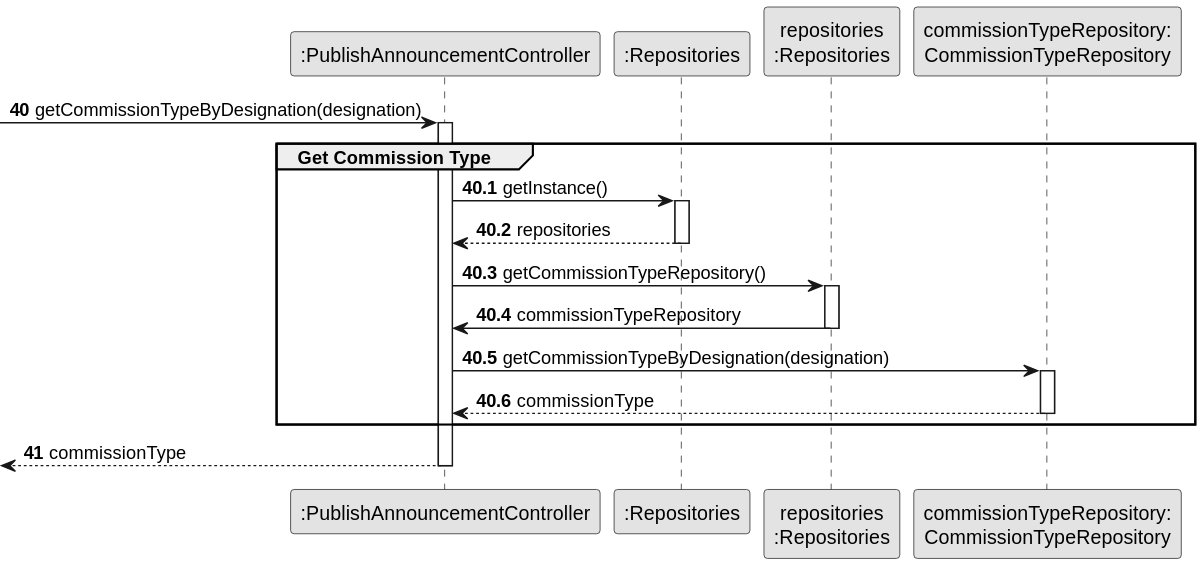
Earlier version of the PlantUML export docs/sprintD/us002/03.design/svg/us002-sequence-diagram-partial-get-commission-type.svg (rita-barbosa/LAPR2-2223). The source it was exported from:
```plantuml
@startuml
skinparam monochrome true
skinparam packageStyle rectangle
skinparam shadowing false

participant ":PublishAnnouncementController" as CTRL
participant ":Repositories" as RepositorySingleton
participant "repositories\n:Repositories" as PLAT
participant "commissionTypeRepository:\nCommissionTypeRepository" as CommissionTypeRepository

autonumber 40
-> CTRL : getCommissionTypeByDesignation(designation)

autonumber 40.1

activate CTRL
    group Get Commission Type
        CTRL -> RepositorySingleton : getInstance()
        activate RepositorySingleton

            RepositorySingleton --> CTRL: repositories
        deactivate RepositorySingleton

        CTRL -> PLAT : getCommissionTypeRepository()
        activate PLAT

            PLAT -> CTRL : commissionTypeRepository
        deactivate PLAT

        CTRL -> CommissionTypeRepository : getCommissionTypeByDesignation(designation)
        activate CommissionTypeRepository

            CommissionTypeRepository --> CTRL : commissionType
        deactivate CommissionTypeRepository

    end group

    autonumber 41
    <-- CTRL : commissionType

deactivate CTRL
@enduml
```
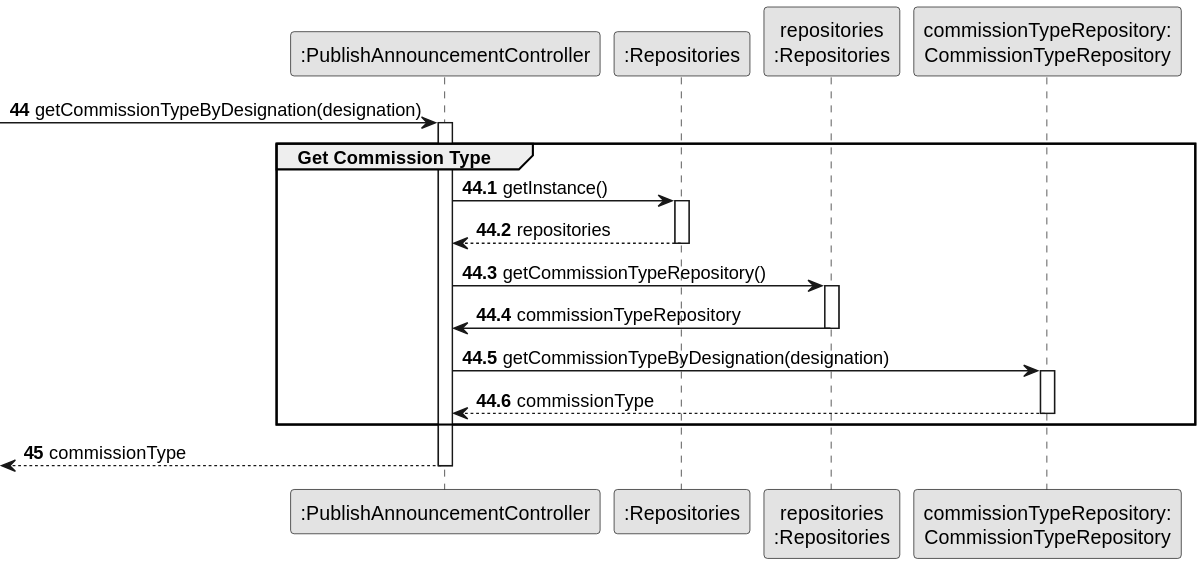
Above is the later version.

What changed in the source:
```diff
@@ -8,10 +8,10 @@
 participant "repositories\n:Repositories" as PLAT
 participant "commissionTypeRepository:\nCommissionTypeRepository" as CommissionTypeRepository
 
-autonumber 40
+autonumber 44
 -> CTRL : getCommissionTypeByDesignation(designation)
 
-autonumber 40.1
+autonumber 44.1
 
 activate CTRL
     group Get Commission Type
@@ -35,7 +35,7 @@
 
     end group
 
-    autonumber 41
+    autonumber 45
     <-- CTRL : commissionType
 
 deactivate CTRL
```
